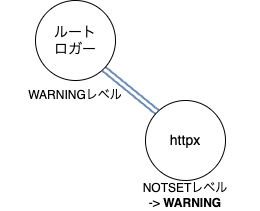
Earlier version of the draw.io export source/_static/pyconus/pyconjp-root-default-warning.drawio.png (ftnext/2026-slides). Source tidied: cells renumbered, new cells last; positions are measured from the earlier drawing's top-left corner, leaving out a move shared by most shapes. Source of this version:
```xml
<mxGraphModel>
  <root>
    <mxCell id="0" />
    <mxCell id="1" parent="0" />
    <mxCell id="2" style="edgeStyle=none;shape=link;html=1;exitX=1;exitY=1;exitDx=0;exitDy=0;entryX=0;entryY=0;entryDx=0;entryDy=0;fillColor=#dae8fc;strokeColor=#6c8ebf;strokeWidth=2;gradientColor=#7ea6e0;" parent="1" edge="1" source="3" target="4">
      <mxGeometry relative="1" as="geometry" />
    </mxCell>
    <mxCell id="3" value="&lt;font style=&quot;font-size: 14px;&quot;&gt;ルート&lt;br&gt;ロガー&lt;/font&gt;" style="ellipse;whiteSpace=wrap;html=1;" parent="1" vertex="1">
      <mxGeometry x="35" width="80" height="80" as="geometry" />
    </mxCell>
    <mxCell id="4" value="&lt;font style=&quot;font-size: 14px;&quot;&gt;httpx&lt;/font&gt;" style="ellipse;whiteSpace=wrap;html=1;" parent="1" vertex="1">
      <mxGeometry x="145" y="100" width="80" height="80" as="geometry" />
    </mxCell>
    <mxCell id="5" value="&lt;span style=&quot;background-color: rgb(255, 255, 255);&quot;&gt;WARNINGレベル&lt;/span&gt;" style="text;html=1;align=center;verticalAlign=middle;whiteSpace=wrap;rounded=0;fillColor=none;" parent="1" vertex="1">
      <mxGeometry y="80" width="150" height="30" as="geometry" />
    </mxCell>
    <mxCell id="6" value="&lt;span style=&quot;background-color: rgb(255, 255, 255);&quot;&gt;NOTSETレベル&lt;/span&gt;&lt;div&gt;&lt;span style=&quot;background-color: rgb(255, 255, 255);&quot;&gt;-&amp;gt; &lt;b&gt;WARNING&lt;/b&gt;&lt;/span&gt;&lt;/div&gt;" style="text;html=1;align=center;verticalAlign=middle;whiteSpace=wrap;rounded=0;fillColor=none;" parent="1" vertex="1">
      <mxGeometry x="110" y="180" width="150" height="30" as="geometry" />
    </mxCell>
  </root>
</mxGraphModel>
```
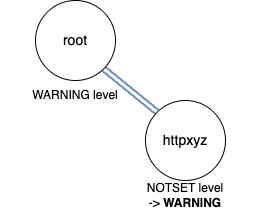
The same file after the commit.

What changed in the source:
```diff
@@ -5,16 +5,16 @@
     <mxCell id="2" style="edgeStyle=none;shape=link;html=1;exitX=1;exitY=1;exitDx=0;exitDy=0;entryX=0;entryY=0;entryDx=0;entryDy=0;fillColor=#dae8fc;strokeColor=#6c8ebf;strokeWidth=2;gradientColor=#7ea6e0;" parent="1" edge="1" source="3" target="4">
       <mxGeometry relative="1" as="geometry" />
     </mxCell>
-    <mxCell id="3" value="&lt;font style=&quot;font-size: 14px;&quot;&gt;ルート&lt;br&gt;ロガー&lt;/font&gt;" style="ellipse;whiteSpace=wrap;html=1;" parent="1" vertex="1">
+    <mxCell id="3" value="&lt;span style=&quot;font-size: 14px;&quot;&gt;root&lt;/span&gt;" style="ellipse;whiteSpace=wrap;html=1;" parent="1" vertex="1">
       <mxGeometry x="35" width="80" height="80" as="geometry" />
     </mxCell>
-    <mxCell id="4" value="&lt;font style=&quot;font-size: 14px;&quot;&gt;httpx&lt;/font&gt;" style="ellipse;whiteSpace=wrap;html=1;" parent="1" vertex="1">
+    <mxCell id="4" value="&lt;font style=&quot;font-size: 14px;&quot;&gt;httpxyz&lt;/font&gt;" style="ellipse;whiteSpace=wrap;html=1;" parent="1" vertex="1">
       <mxGeometry x="145" y="100" width="80" height="80" as="geometry" />
     </mxCell>
-    <mxCell id="5" value="&lt;span style=&quot;background-color: rgb(255, 255, 255);&quot;&gt;WARNINGレベル&lt;/span&gt;" style="text;html=1;align=center;verticalAlign=middle;whiteSpace=wrap;rounded=0;fillColor=none;" parent="1" vertex="1">
+    <mxCell id="5" value="&lt;span style=&quot;background-color: rgb(255, 255, 255);&quot;&gt;WARNING level&lt;/span&gt;" style="text;html=1;align=center;verticalAlign=middle;whiteSpace=wrap;rounded=0;fillColor=none;" parent="1" vertex="1">
       <mxGeometry y="80" width="150" height="30" as="geometry" />
     </mxCell>
-    <mxCell id="6" value="&lt;span style=&quot;background-color: rgb(255, 255, 255);&quot;&gt;NOTSETレベル&lt;/span&gt;&lt;div&gt;&lt;span style=&quot;background-color: rgb(255, 255, 255);&quot;&gt;-&amp;gt; &lt;b&gt;WARNING&lt;/b&gt;&lt;/span&gt;&lt;/div&gt;" style="text;html=1;align=center;verticalAlign=middle;whiteSpace=wrap;rounded=0;fillColor=none;" parent="1" vertex="1">
+    <mxCell id="6" value="&lt;span style=&quot;background-color: rgb(255, 255, 255);&quot;&gt;NOTSET level&lt;/span&gt;&lt;div&gt;&lt;span style=&quot;background-color: rgb(255, 255, 255);&quot;&gt;-&amp;gt; &lt;b&gt;WARNING&lt;/b&gt;&lt;/span&gt;&lt;/div&gt;" style="text;html=1;align=center;verticalAlign=middle;whiteSpace=wrap;rounded=0;fillColor=none;" parent="1" vertex="1">
       <mxGeometry x="110" y="180" width="150" height="30" as="geometry" />
     </mxCell>
   </root>
```
